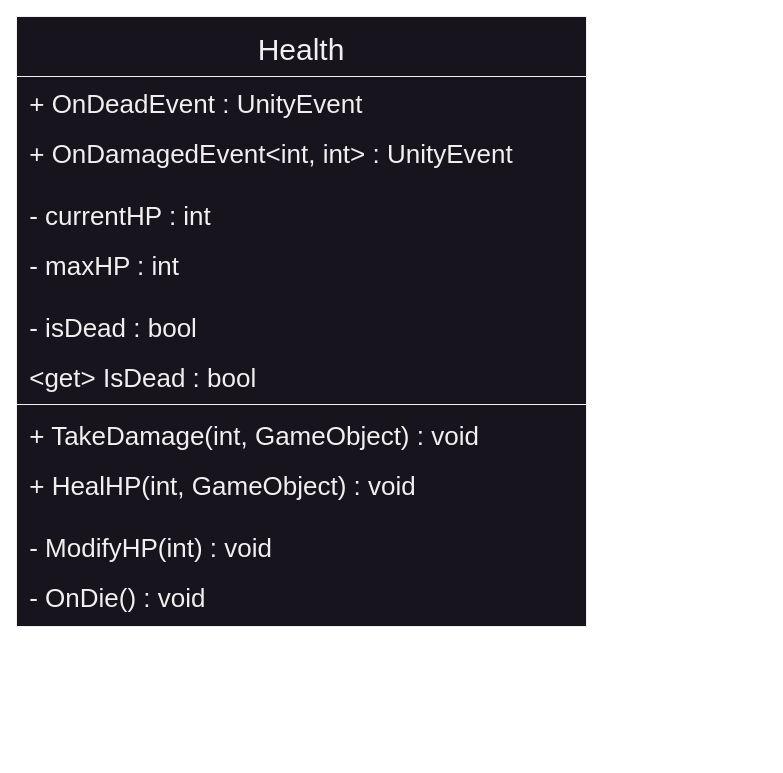
The draw.io diagram UML/Modules/Health.drawio in SEH00N/WakDefence, before the edit. Source tidied: cells renumbered, new cells numbered last; positions are measured from the earlier drawing's top-left corner, leaving out a move shared by most shapes. Both pictures are drawn from the tidied source at 100%, with x=0, y=0 at pixel (16, 16).
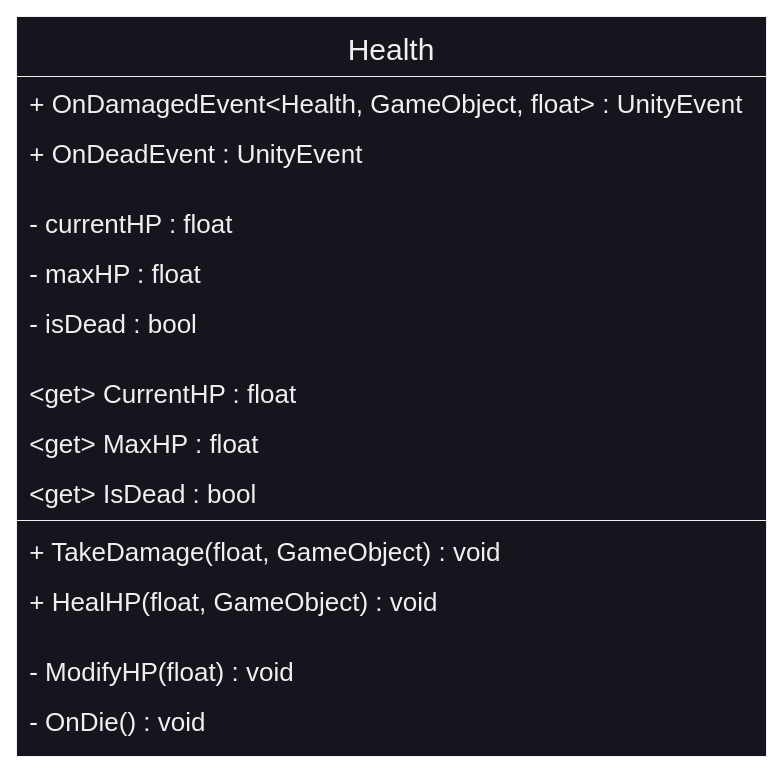
After the change.

Change to the diagram source:
```diff
@@
 <mxGraphModel>
   <root>
     <mxCell id="0" />
     <mxCell id="1" parent="0" />
     <mxCell id="2" value="Health" style="swimlane;fontStyle=0;align=center;verticalAlign=middle;horizontal=1;startSize=60;rounded=0;shadow=0;strokeWidth=1;spacingTop=0;spacingBottom=0;spacingRight=0;fillColor=#18141D;swimlaneFillColor=#18141D;fillStyle=solid;fontColor=#F0F0F0;strokeColor=#F0F0F0;fontSize=30;" parent="1" vertex="1">
-      <mxGeometry width="570" height="610" as="geometry" />
+      <mxGeometry width="750" height="740" as="geometry" />
     </mxCell>
+    <mxCell id="4" value=" + OnDamagedEvent&lt;Health, GameObject, float&gt; : UnityEvent" style="text;align=left;verticalAlign=middle;spacingLeft=4;spacingRight=4;overflow=hidden;rounded=0;shadow=0;html=0;fontColor=#F0F0F0;fontSize=26;" parent="2" vertex="1">
+      <mxGeometry y="60" width="750" height="50" as="geometry" />
+    </mxCell>
     <mxCell id="3" value=" + OnDeadEvent : UnityEvent" style="text;align=left;verticalAlign=middle;spacingLeft=4;spacingRight=4;overflow=hidden;rounded=0;shadow=0;html=0;fontColor=#F0F0F0;fontSize=26;" parent="2" vertex="1">
-      <mxGeometry y="60" width="570" height="50" as="geometry" />
+      <mxGeometry y="110" width="750" height="50" as="geometry" />
     </mxCell>
-    <mxCell id="4" value=" + OnDamagedEvent&lt;int, int&gt; : UnityEvent" style="text;align=left;verticalAlign=middle;spacingLeft=4;spacingRight=4;overflow=hidden;rounded=0;shadow=0;html=0;fontColor=#F0F0F0;fontSize=26;" parent="2" vertex="1">
-      <mxGeometry y="110" width="570" height="50" as="geometry" />
-    </mxCell>
-    <mxCell id="5" value=" " style="text;align=left;verticalAlign=middle;spacingLeft=4;spacingRight=4;overflow=hidden;rounded=0;shadow=0;html=0;fontSize=26;" parent="2" vertex="1">
-      <mxGeometry y="160" width="570" height="12" as="geometry" />
-    </mxCell>
+    <mxCell id="17" value=" " style="text;align=left;verticalAlign=middle;spacingLeft=4;spacingRight=4;overflow=hidden;rounded=0;shadow=0;html=0;fontSize=26;" parent="2" vertex="1">
+      <mxGeometry y="160" width="750" height="20" as="geometry" />
+    </mxCell>
-    <mxCell id="6" value=" - currentHP : int" style="text;align=left;verticalAlign=middle;spacingLeft=4;spacingRight=4;overflow=hidden;rounded=0;shadow=0;html=0;fontColor=#F0F0F0;fontSize=26;" parent="2" vertex="1">
-      <mxGeometry y="172" width="570" height="50" as="geometry" />
+    <mxCell id="6" value=" - currentHP : float" style="text;align=left;verticalAlign=middle;spacingLeft=4;spacingRight=4;overflow=hidden;rounded=0;shadow=0;html=0;fontColor=#F0F0F0;fontSize=26;" parent="2" vertex="1">
+      <mxGeometry y="180" width="750" height="50" as="geometry" />
     </mxCell>
-    <mxCell id="7" value=" - maxHP : int" style="text;align=left;verticalAlign=middle;spacingLeft=4;spacingRight=4;overflow=hidden;rounded=0;shadow=0;html=0;fontColor=#F0F0F0;fontSize=26;" parent="2" vertex="1">
-      <mxGeometry y="222" width="570" height="50" as="geometry" />
+    <mxCell id="7" value=" - maxHP : float" style="text;align=left;verticalAlign=middle;spacingLeft=4;spacingRight=4;overflow=hidden;rounded=0;shadow=0;html=0;fontColor=#F0F0F0;fontSize=26;" parent="2" vertex="1">
+      <mxGeometry y="230" width="750" height="50" as="geometry" />
     </mxCell>
-    <mxCell id="8" value=" " style="text;align=left;verticalAlign=middle;spacingLeft=4;spacingRight=4;overflow=hidden;rounded=0;shadow=0;html=0;fontSize=26;" parent="2" vertex="1">
-      <mxGeometry y="272" width="570" height="12" as="geometry" />
-    </mxCell>
     <mxCell id="9" value=" - isDead : bool" style="text;align=left;verticalAlign=middle;spacingLeft=4;spacingRight=4;overflow=hidden;rounded=0;shadow=0;html=0;fontColor=#F0F0F0;fontSize=26;" parent="2" vertex="1">
-      <mxGeometry y="284" width="570" height="50" as="geometry" />
+      <mxGeometry y="280" width="750" height="50" as="geometry" />
     </mxCell>
+    <mxCell id="18" value=" " style="text;align=left;verticalAlign=middle;spacingLeft=4;spacingRight=4;overflow=hidden;rounded=0;shadow=0;html=0;fontSize=26;" parent="2" vertex="1">
+      <mxGeometry y="330" width="750" height="20" as="geometry" />
+    </mxCell>
+    <mxCell id="19" value=" &lt;get&gt; CurrentHP : float" style="text;align=left;verticalAlign=middle;spacingLeft=4;spacingRight=4;overflow=hidden;rounded=0;shadow=0;html=0;fontColor=#F0F0F0;fontSize=26;" parent="2" vertex="1">
+      <mxGeometry y="350" width="750" height="50" as="geometry" />
+    </mxCell>
-    <mxCell id="10" value=" &lt;get&gt; IsDead : bool" style="text;align=left;verticalAlign=middle;spacingLeft=4;spacingRight=4;overflow=hidden;rounded=0;shadow=0;html=0;fontColor=#F0F0F0;fontSize=26;" parent="2" vertex="1">
-      <mxGeometry y="334" width="570" height="50" as="geometry" />
+    <mxCell id="10" value=" &lt;get&gt; MaxHP : float" style="text;align=left;verticalAlign=middle;spacingLeft=4;spacingRight=4;overflow=hidden;rounded=0;shadow=0;html=0;fontColor=#F0F0F0;fontSize=26;" parent="2" vertex="1">
+      <mxGeometry y="400" width="750" height="50" as="geometry" />
     </mxCell>
+    <mxCell id="20" value=" &lt;get&gt; IsDead : bool" style="text;align=left;verticalAlign=middle;spacingLeft=4;spacingRight=4;overflow=hidden;rounded=0;shadow=0;html=0;fontColor=#F0F0F0;fontSize=26;" parent="2" vertex="1">
+      <mxGeometry y="450" width="750" height="50" as="geometry" />
+    </mxCell>
     <mxCell id="11" style="line;html=1;strokeWidth=1;align=left;verticalAlign=middle;spacingTop=-1;spacingLeft=3;spacingRight=3;labelPosition=right;strokeColor=#F0F0F0;fontSize=26;" parent="2" vertex="1">
-      <mxGeometry y="384" width="570" height="8" as="geometry" />
+      <mxGeometry y="500" width="750" height="8" as="geometry" />
     </mxCell>
-    <mxCell id="12" value=" + TakeDamage(int, GameObject) : void" style="text;align=left;verticalAlign=middle;spacingLeft=4;spacingRight=4;overflow=hidden;rounded=0;shadow=0;html=0;fontColor=#F0F0F0;fontSize=26;" parent="2" vertex="1">
-      <mxGeometry y="392" width="570" height="50" as="geometry" />
+    <mxCell id="12" value=" + TakeDamage(float, GameObject) : void" style="text;align=left;verticalAlign=middle;spacingLeft=4;spacingRight=4;overflow=hidden;rounded=0;shadow=0;html=0;fontColor=#F0F0F0;fontSize=26;" parent="2" vertex="1">
+      <mxGeometry y="508" width="750" height="50" as="geometry" />
     </mxCell>
-    <mxCell id="13" value=" + HealHP(int, GameObject) : void" style="text;align=left;verticalAlign=middle;spacingLeft=4;spacingRight=4;overflow=hidden;rounded=0;shadow=0;html=0;fontColor=#F0F0F0;fontSize=26;" parent="2" vertex="1">
-      <mxGeometry y="442" width="570" height="50" as="geometry" />
+    <mxCell id="13" value=" + HealHP(float, GameObject) : void" style="text;align=left;verticalAlign=middle;spacingLeft=4;spacingRight=4;overflow=hidden;rounded=0;shadow=0;html=0;fontColor=#F0F0F0;fontSize=26;" parent="2" vertex="1">
+      <mxGeometry y="558" width="750" height="50" as="geometry" />
     </mxCell>
-    <mxCell id="14" value=" " style="text;align=left;verticalAlign=middle;spacingLeft=4;spacingRight=4;overflow=hidden;rounded=0;shadow=0;html=0;fontSize=26;" parent="2" vertex="1">
-      <mxGeometry y="492" width="570" height="12" as="geometry" />
-    </mxCell>
+    <mxCell id="21" value=" " style="text;align=left;verticalAlign=middle;spacingLeft=4;spacingRight=4;overflow=hidden;rounded=0;shadow=0;html=0;fontSize=26;" parent="2" vertex="1">
+      <mxGeometry y="608" width="750" height="20" as="geometry" />
+    </mxCell>
-    <mxCell id="15" value=" - ModifyHP(int) : void" style="text;align=left;verticalAlign=middle;spacingLeft=4;spacingRight=4;overflow=hidden;rounded=0;shadow=0;html=0;fontColor=#F0F0F0;fontSize=26;" parent="2" vertex="1">
-      <mxGeometry y="504" width="570" height="50" as="geometry" />
+    <mxCell id="15" value=" - ModifyHP(float) : void" style="text;align=left;verticalAlign=middle;spacingLeft=4;spacingRight=4;overflow=hidden;rounded=0;shadow=0;html=0;fontColor=#F0F0F0;fontSize=26;" parent="2" vertex="1">
+      <mxGeometry y="628" width="750" height="50" as="geometry" />
     </mxCell>
     <mxCell id="16" value=" - OnDie() : void" style="text;align=left;verticalAlign=middle;spacingLeft=4;spacingRight=4;overflow=hidden;rounded=0;shadow=0;html=0;fontColor=#F0F0F0;fontSize=26;" parent="2" vertex="1">
-      <mxGeometry y="554" width="570" height="50" as="geometry" />
+      <mxGeometry y="678" width="750" height="50" as="geometry" />
     </mxCell>
   </root>
 </mxGraphModel>
```
